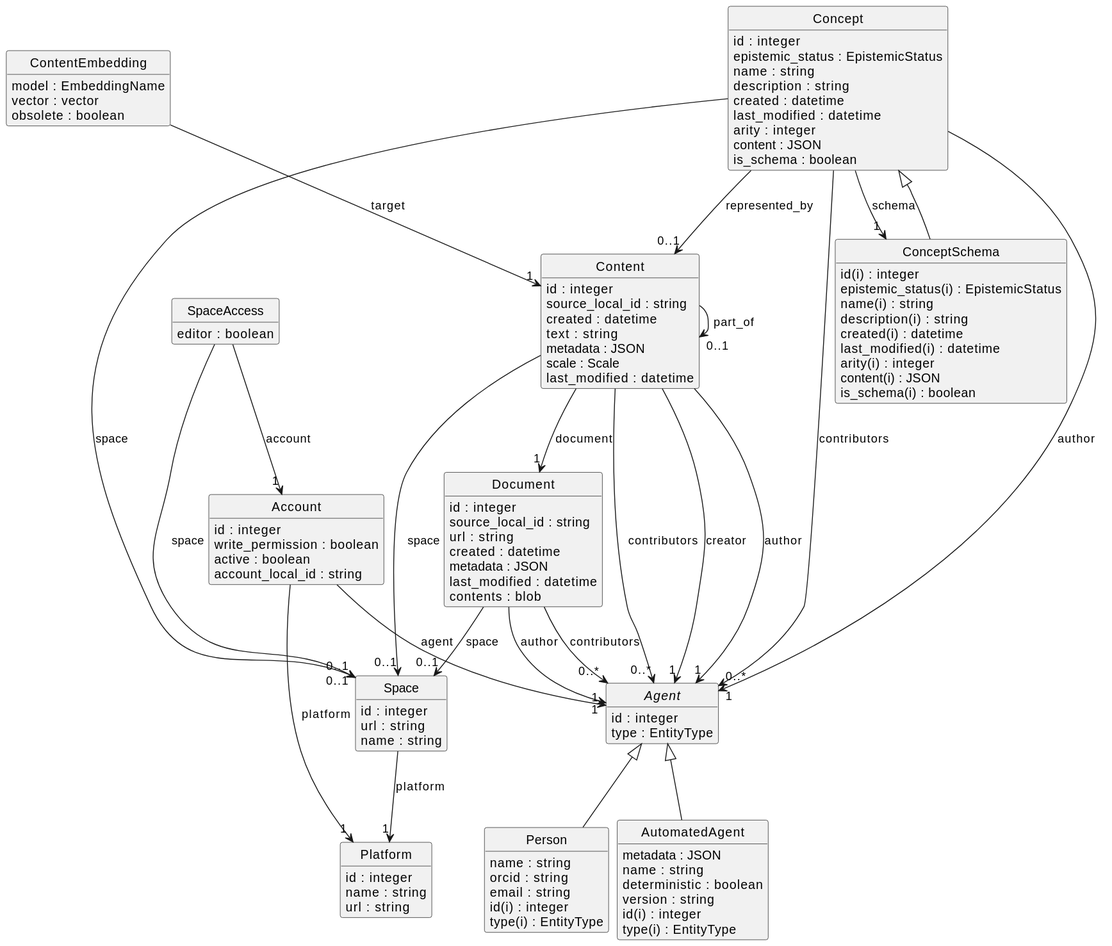
Above: packages/database/schema.svg in DiscourseGraphs/discourse-graph (PlantUML), before the change. Source of this version:
```plantuml
@startuml
skinparam nodesep 10
hide circle
hide empty members
class "SpaceAccess" [[{An access control entry for a space}]] {
    {field} editor : boolean
}
class "Account" [[{A user account on a platform}]] {
    {field} id : integer
    {field} write_permission : boolean
    {field} active : boolean
    {field} account_local_id : string
}
class "Space" [[{A space on a platform representing a community engaged in a conversation}]] {
    {field} id : integer
    {field} url : string
    {field} name : string
}
"SpaceAccess" --> "1" "Account" : "account"
"SpaceAccess" --> "0..1" "Space" : "space"
class "Platform" [[{A data platform where discourse happens}]] {
    {field} id : integer
    {field} name : string
    {field} url : string
}
class "Content" [[{A unit of content}]] {
    {field} id : integer
    {field} source_local_id : string
    {field} created : datetime
    {field} text : string
    {field} metadata : JSON
    {field} scale : Scale
    {field} last_modified : datetime
}
class "Document" [[{None}]] {
    {field} id : integer
    {field} source_local_id : string
    {field} url : string
    {field} created : datetime
    {field} metadata : JSON
    {field} last_modified : datetime
    {field} contents : blob
}
class "Concept" [[{An abstract concept, claim or relation}]] {
    {field} id : integer
    {field} epistemic_status : EpistemicStatus
    {field} name : string
    {field} description : string
    {field} created : datetime
    {field} last_modified : datetime
    {field} arity : integer
    {field} content : JSON
    {field} is_schema : boolean
}
"Space" --> "1" "Platform" : "platform"
"Content" --> "0..1" "Space" : "space"
"Document" --> "0..1" "Space" : "space"
"Concept" --> "0..1" "Space" : "space"
"Account" --> "1" "Platform" : "platform"
abstract "Agent" [[{An agent that acts in the system}]] {
    {field} id : integer
    {field} type : EntityType
}
"Document" --> "0..*" "Agent" : "contributors"
"Document" --> "1" "Agent" : "author"
"Content" --> "1" "Document" : "document"
class "ContentEmbedding" [[{None}]] {
    {field} model : EmbeddingName
    {field} vector : vector
    {field} obsolete : boolean
}
"ContentEmbedding" --> "1" "Content" : "target"
"Content" --> "0..1" "Content" : "part_of"
"Content" --> "0..*" "Agent" : "contributors"
"Content" --> "1" "Agent" : "creator"
"Content" --> "1" "Agent" : "author"
"Concept" --> "0..1" "Content" : "represented_by"
class "ConceptSchema" [[{None}]] {
    {field} id(i) : integer
    {field} epistemic_status(i) : EpistemicStatus
    {field} name(i) : string
    {field} description(i) : string
    {field} created(i) : datetime
    {field} last_modified(i) : datetime
    {field} arity(i) : integer
    {field} content(i) : JSON
    {field} is_schema(i) : boolean
}
"Concept" --> "1" "ConceptSchema" : "schema"
"Concept" --> "0..*" "Agent" : "contributors"
"Concept" --> "1" "Agent" : "author"
"Concept" ^-- "ConceptSchema"
class "Person" [[{A person using the system}]] {
    {field} name : string
    {field} orcid : string
    {field} email : string
    {field} id(i) : integer
    {field} type(i) : EntityType
}
class "AutomatedAgent" [[{An automated agent}]] {
    {field} metadata : JSON
    {field} name : string
    {field} deterministic : boolean
    {field} version : string
    {field} id(i) : integer
    {field} type(i) : EntityType
}
"Account" --> "1" "Agent" : "agent"
"Agent" ^-- "Person"
"Agent" ^-- "AutomatedAgent"
@enduml
```
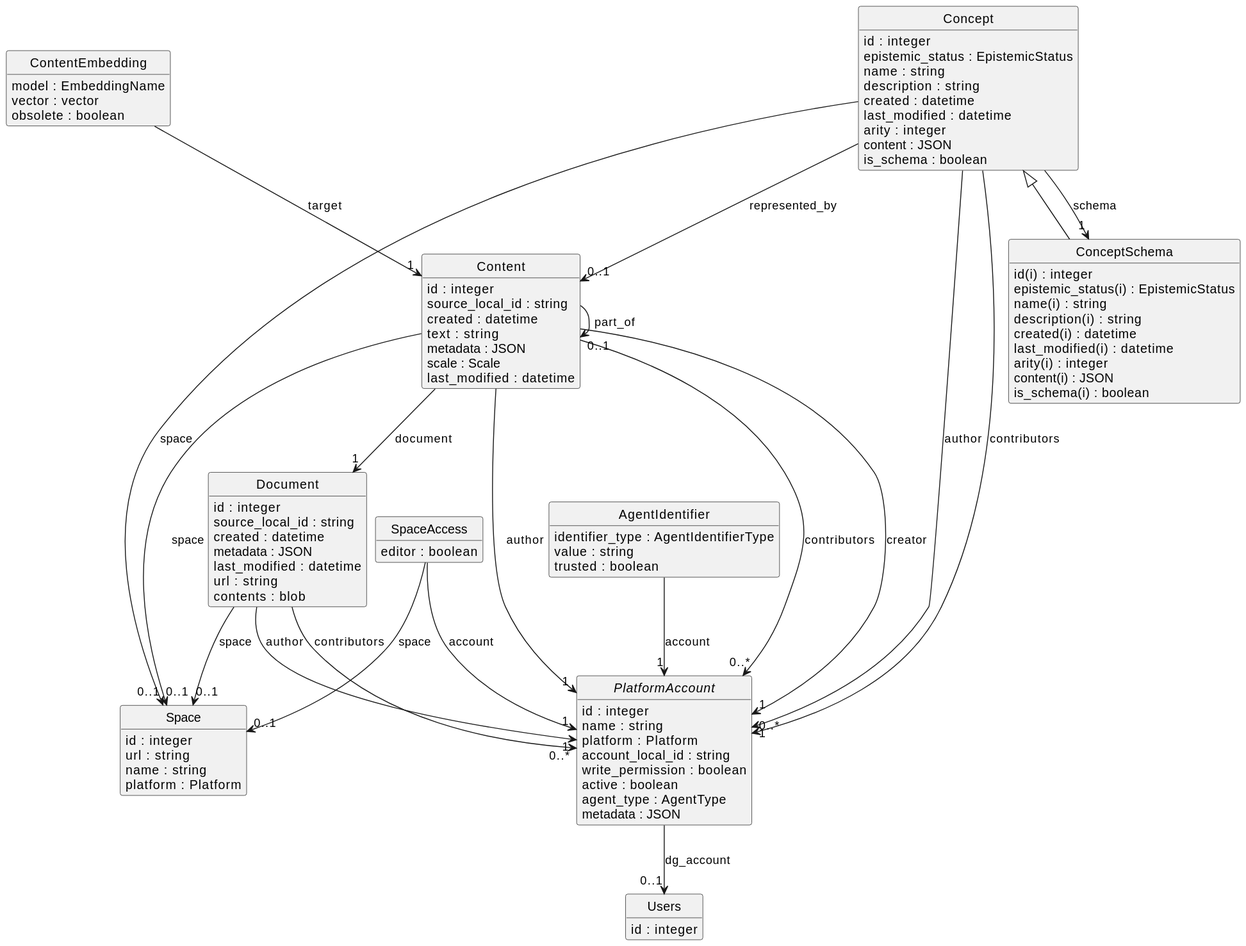
After the commit.

Diff of the diagram source:
```diff
@@ -2,27 +2,31 @@
 skinparam nodesep 10
 hide circle
 hide empty members
+abstract "PlatformAccount" [[{An account for an agent on a platform}]] {
+    {field} id : integer
+    {field} name : string
+    {field} platform : Platform
+    {field} account_local_id : string
+    {field} write_permission : boolean
+    {field} active : boolean
+    {field} agent_type : AgentType
+    {field} metadata : JSON
+}
+class "Users" [[{A database user account. Managed by the auth infrastructure.}]] {
+    {field} id : integer
+}
+"PlatformAccount" --> "0..1" "Users" : "dg_account"
 class "SpaceAccess" [[{An access control entry for a space}]] {
     {field} editor : boolean
-}
-class "Account" [[{A user account on a platform}]] {
-    {field} id : integer
-    {field} write_permission : boolean
-    {field} active : boolean
-    {field} account_local_id : string
 }
 class "Space" [[{A space on a platform representing a community engaged in a conversation}]] {
     {field} id : integer
     {field} url : string
     {field} name : string
+    {field} platform : Platform
 }
-"SpaceAccess" --> "1" "Account" : "account"
+"SpaceAccess" --> "1" "PlatformAccount" : "account"
 "SpaceAccess" --> "0..1" "Space" : "space"
-class "Platform" [[{A data platform where discourse happens}]] {
-    {field} id : integer
-    {field} name : string
-    {field} url : string
-}
 class "Content" [[{A unit of content}]] {
     {field} id : integer
     {field} source_local_id : string
@@ -32,13 +36,13 @@
     {field} scale : Scale
     {field} last_modified : datetime
 }
-class "Document" [[{None}]] {
+class "Document" [[{An external document, or a high-level unit on a platform (eg Roam page)}]] {
     {field} id : integer
     {field} source_local_id : string
-    {field} url : string
     {field} created : datetime
     {field} metadata : JSON
     {field} last_modified : datetime
+    {field} url : string
     {field} contents : blob
 }
 class "Concept" [[{An abstract concept, claim or relation}]] {
@@ -52,30 +56,32 @@
     {field} content : JSON
     {field} is_schema : boolean
 }
-"Space" --> "1" "Platform" : "platform"
 "Content" --> "0..1" "Space" : "space"
 "Document" --> "0..1" "Space" : "space"
 "Concept" --> "0..1" "Space" : "space"
-"Account" --> "1" "Platform" : "platform"
-abstract "Agent" [[{An agent that acts in the system}]] {
-    {field} id : integer
-    {field} type : EntityType
+class "AgentIdentifier" [[{An identifying attribute associated with an agent, can be a basis for unification}]] {
+    {field} identifier_type : AgentIdentifierType
+    {field} value : string
+    {field} trusted : boolean
 }
-"Document" --> "0..*" "Agent" : "contributors"
-"Document" --> "1" "Agent" : "author"
+"AgentIdentifier" --> "1" "PlatformAccount" : "account"
+"Content" --> "1" "PlatformAccount" : "author"
+"Document" --> "1" "PlatformAccount" : "author"
+"Concept" --> "1" "PlatformAccount" : "author"
+"Content" --> "0..*" "PlatformAccount" : "contributors"
+"Document" --> "0..*" "PlatformAccount" : "contributors"
+"Concept" --> "0..*" "PlatformAccount" : "contributors"
+"Content" --> "1" "PlatformAccount" : "creator"
 "Content" --> "1" "Document" : "document"
-class "ContentEmbedding" [[{None}]] {
+class "ContentEmbedding" [[{An embedding for a piece of content.}]] {
     {field} model : EmbeddingName
     {field} vector : vector
     {field} obsolete : boolean
 }
 "ContentEmbedding" --> "1" "Content" : "target"
 "Content" --> "0..1" "Content" : "part_of"
-"Content" --> "0..*" "Agent" : "contributors"
-"Content" --> "1" "Agent" : "creator"
-"Content" --> "1" "Agent" : "author"
 "Concept" --> "0..1" "Content" : "represented_by"
-class "ConceptSchema" [[{None}]] {
+class "ConceptSchema" [[{A Concept that describes a schema (type) for other concepts}]] {
     {field} id(i) : integer
     {field} epistemic_status(i) : EpistemicStatus
     {field} name(i) : string
@@ -87,25 +93,5 @@
     {field} is_schema(i) : boolean
 }
 "Concept" --> "1" "ConceptSchema" : "schema"
-"Concept" --> "0..*" "Agent" : "contributors"
-"Concept" --> "1" "Agent" : "author"
 "Concept" ^-- "ConceptSchema"
-class "Person" [[{A person using the system}]] {
-    {field} name : string
-    {field} orcid : string
-    {field} email : string
-    {field} id(i) : integer
-    {field} type(i) : EntityType
-}
-class "AutomatedAgent" [[{An automated agent}]] {
-    {field} metadata : JSON
-    {field} name : string
-    {field} deterministic : boolean
-    {field} version : string
-    {field} id(i) : integer
-    {field} type(i) : EntityType
-}
-"Account" --> "1" "Agent" : "agent"
-"Agent" ^-- "Person"
-"Agent" ^-- "AutomatedAgent"
 @enduml
```
